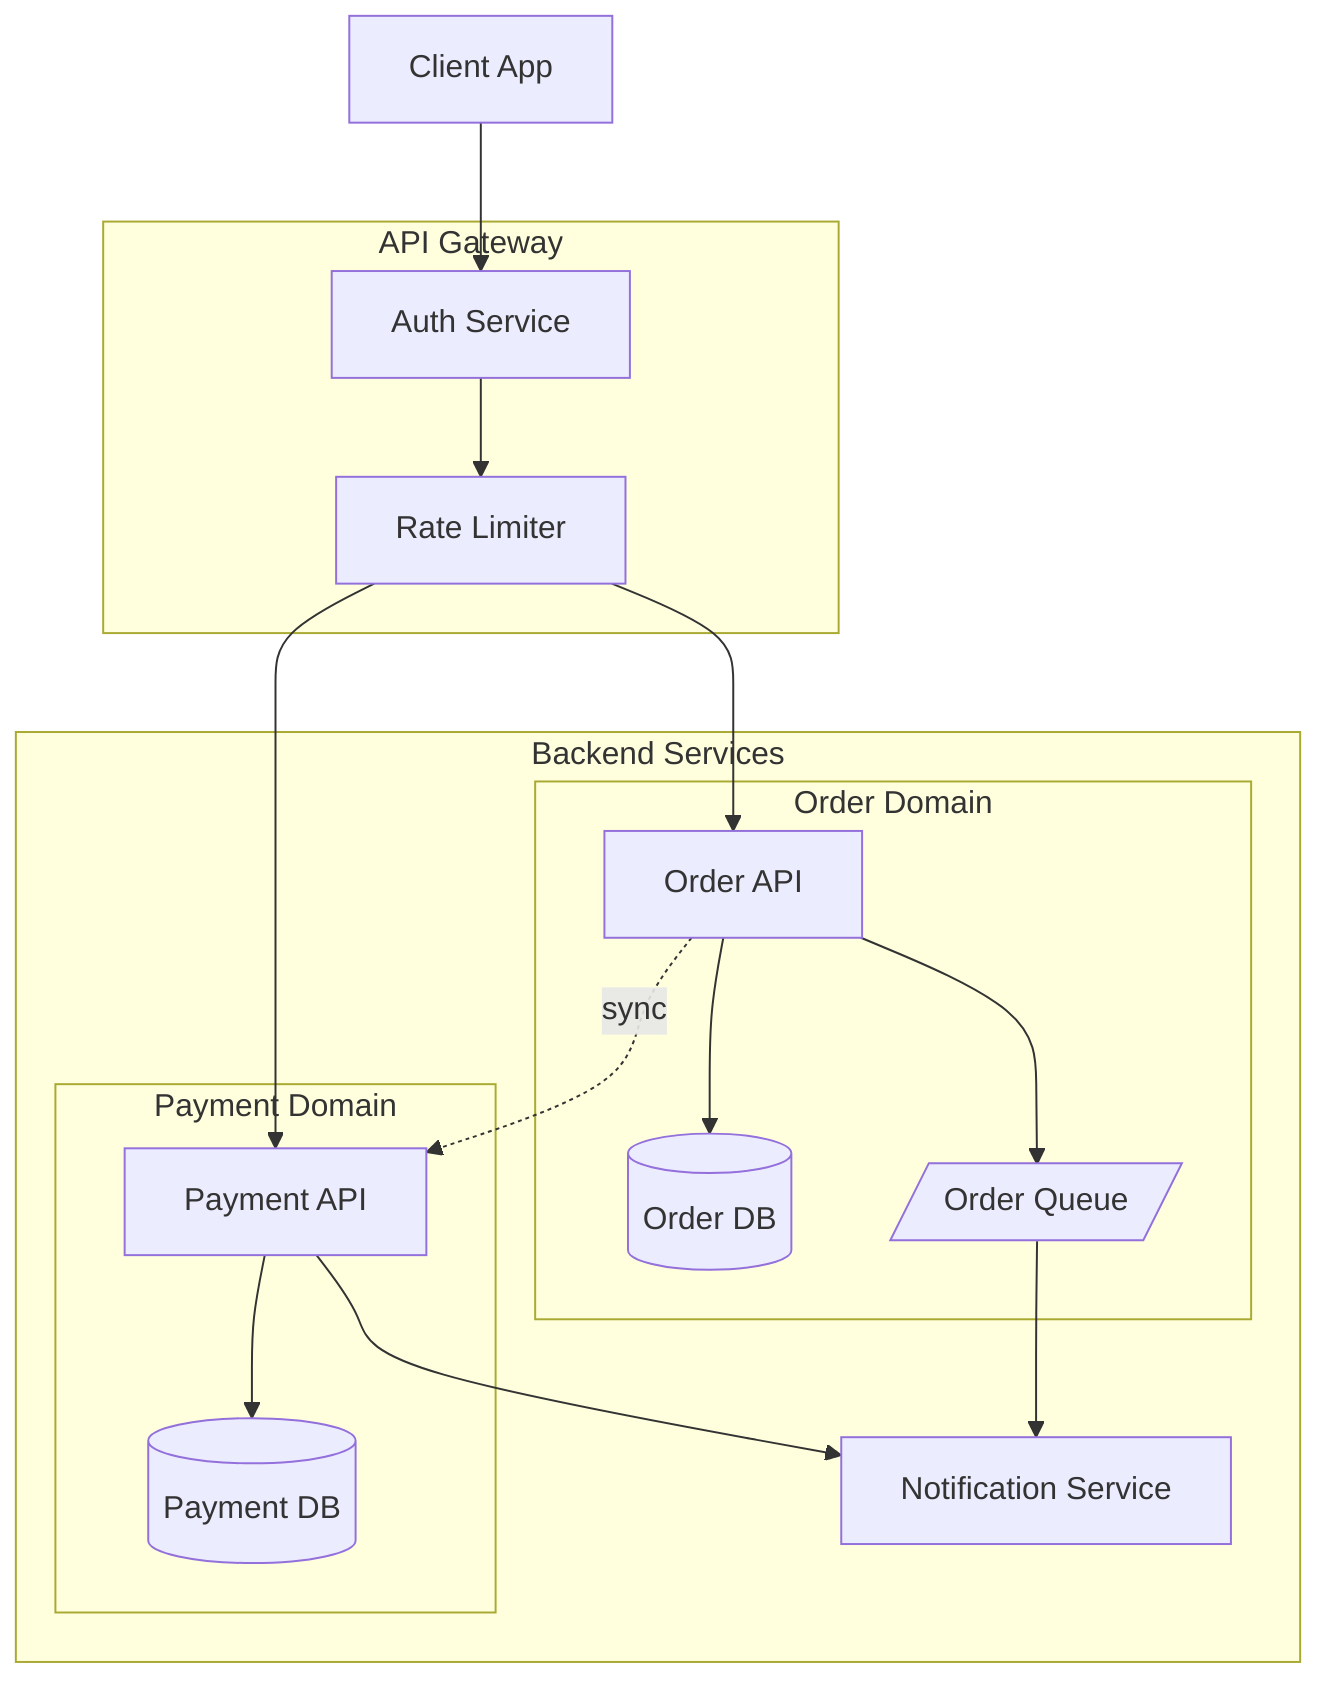
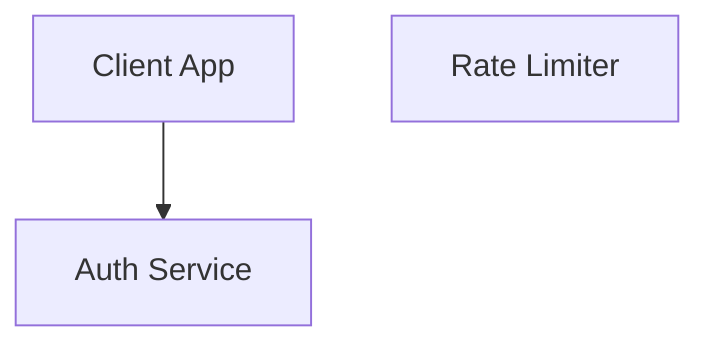
flowchart TD
      Client[Client App]

-       subgraph Gateway[API Gateway]
-           Auth[Auth Service]
-           Rate[Rate Limiter]
-       end

-       subgraph Backend[Backend Services]
-           subgraph Orders[Order Domain]
-               OrderAPI[Order API]
-               OrderDB[(Order DB)]
-               OrderQueue[/Order Queue/]
-           end
-           subgraph Payments[Payment Domain]
-               PayAPI[Payment API]
-               PayDB[(Payment DB)]
-           end
-           Notif[Notification Service]
-       end
+       Auth[Auth Service]
+       Rate[Rate Limiter]

      Client --> Auth
-       Auth --> Rate
-       Rate --> OrderAPI
-       Rate --> PayAPI
-       OrderAPI --> OrderDB
-       OrderAPI --> OrderQueue
-       OrderQueue --> Notif
-       PayAPI --> PayDB
-       PayAPI --> Notif
-       OrderAPI -.->|sync| PayAPI+ 
